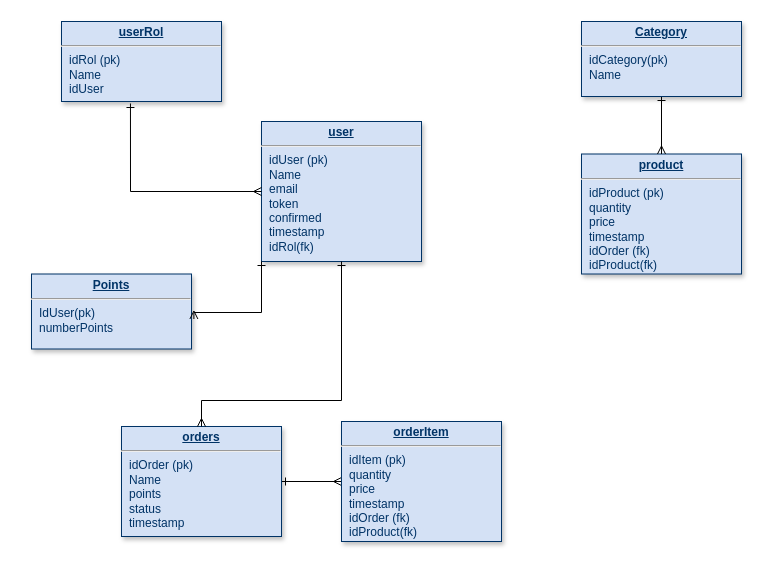
Earlier version of the draw.io diagram Diagrama sin título.drawio (RmwormMichael/Patrones-de-dise-o). Source tidied: cells renumbered, new cells numbered last; positions are measured from the earlier drawing's top-left corner, leaving out a move shared by most shapes. Both pictures are drawn from the tidied source at 100%, with x=0, y=0 at pixel (31, 21).
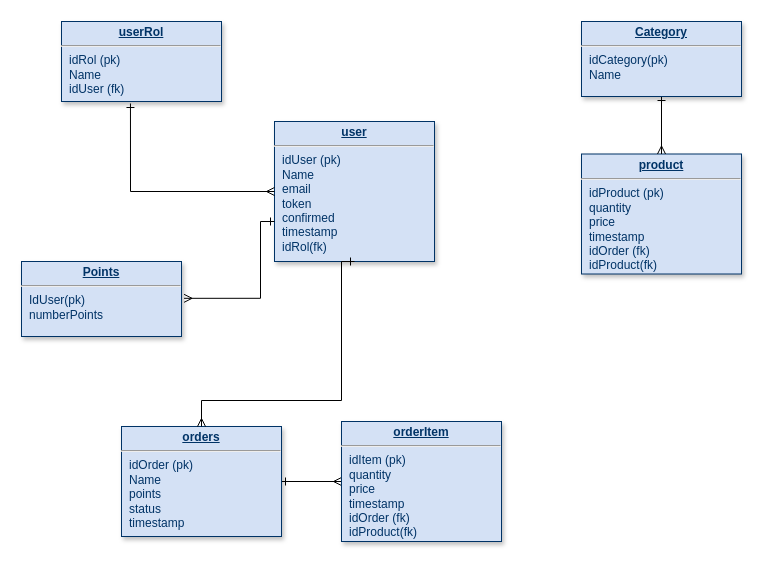
Above is the later version.

The edit, as a diff of the source:
```diff
@@
 <mxGraphModel>
   <root>
     <mxCell id="0" />
     <mxCell id="1" parent="0" />
     <mxCell id="2" value="&lt;p style=&quot;margin: 0px; margin-top: 4px; text-align: center; text-decoration: underline;&quot;&gt;&lt;b&gt;Points&lt;/b&gt;&lt;/p&gt;&lt;hr&gt;&lt;p style=&quot;margin: 0px; margin-left: 8px;&quot;&gt;IdUser&lt;span style=&quot;background-color: initial;&quot;&gt;(pk)&lt;/span&gt;&lt;/p&gt;&lt;p style=&quot;margin: 0px; margin-left: 8px;&quot;&gt;numberPoints&lt;/p&gt;&lt;p style=&quot;margin: 0px; margin-left: 8px;&quot;&gt;&lt;br&gt;&lt;/p&gt;" style="verticalAlign=top;align=left;overflow=fill;fontSize=12;fontFamily=Helvetica;html=1;strokeColor=#003366;shadow=1;fillColor=#D4E1F5;fontColor=#003366;" parent="1" vertex="1">
-      <mxGeometry y="252.5" width="160" height="75" as="geometry" />
+      <mxGeometry x="-10" y="240" width="160" height="75" as="geometry" />
     </mxCell>
     <mxCell id="3" style="endArrow=ERone;html=1;rounded=0;exitX=0;exitY=0.5;exitDx=0;exitDy=0;startArrow=ERmany;startFill=0;endFill=0;strokeColor=default;entryX=1;entryY=0.5;entryDx=0;entryDy=0;" parent="1" edge="1" source="9" target="4">
       <mxGeometry relative="1" as="geometry" />
     </mxCell>
     <mxCell id="4" value="&lt;p style=&quot;margin: 0px; margin-top: 4px; text-align: center; text-decoration: underline;&quot;&gt;&lt;strong&gt;orders&lt;/strong&gt;&lt;/p&gt;&lt;hr&gt;&lt;p style=&quot;margin: 0px; margin-left: 8px;&quot;&gt;idOrder&amp;nbsp;&lt;span style=&quot;background-color: initial;&quot;&gt;(pk)&lt;/span&gt;&lt;/p&gt;&lt;p style=&quot;margin: 0px; margin-left: 8px;&quot;&gt;Name&lt;/p&gt;&lt;p style=&quot;margin: 0px; margin-left: 8px;&quot;&gt;points&lt;/p&gt;&lt;p style=&quot;margin: 0px; margin-left: 8px;&quot;&gt;status&lt;/p&gt;&lt;p style=&quot;margin: 0px; margin-left: 8px;&quot;&gt;timestamp&lt;/p&gt;&lt;p style=&quot;margin: 0px; margin-left: 8px;&quot;&gt;&lt;br&gt;&lt;/p&gt;" style="verticalAlign=top;align=left;overflow=fill;fontSize=12;fontFamily=Helvetica;html=1;strokeColor=#003366;shadow=1;fillColor=#D4E1F5;fontColor=#003366;" parent="1" vertex="1">
       <mxGeometry x="90" y="405" width="160" height="110" as="geometry" />
     </mxCell>
-    <mxCell id="5" value="&lt;p style=&quot;margin: 0px; margin-top: 4px; text-align: center; text-decoration: underline;&quot;&gt;&lt;b&gt;userRol&lt;/b&gt;&lt;/p&gt;&lt;hr&gt;&lt;p style=&quot;margin: 0px; margin-left: 8px;&quot;&gt;idRol (pk)&lt;/p&gt;&lt;p style=&quot;margin: 0px; margin-left: 8px;&quot;&gt;Name&lt;/p&gt;&lt;p style=&quot;margin: 0px; margin-left: 8px;&quot;&gt;idUser&lt;/p&gt;&lt;p style=&quot;margin: 0px; margin-left: 8px;&quot;&gt;&lt;br&gt;&lt;/p&gt;&lt;p style=&quot;margin: 0px; margin-left: 8px;&quot;&gt;&lt;br&gt;&lt;/p&gt;" style="verticalAlign=top;align=left;overflow=fill;fontSize=12;fontFamily=Helvetica;html=1;strokeColor=#003366;shadow=1;fillColor=#D4E1F5;fontColor=#003366;" parent="1" vertex="1">
+    <mxCell id="5" value="&lt;p style=&quot;margin: 0px; margin-top: 4px; text-align: center; text-decoration: underline;&quot;&gt;&lt;b&gt;userRol&lt;/b&gt;&lt;/p&gt;&lt;hr&gt;&lt;p style=&quot;margin: 0px; margin-left: 8px;&quot;&gt;idRol (pk)&lt;/p&gt;&lt;p style=&quot;margin: 0px; margin-left: 8px;&quot;&gt;Name&lt;/p&gt;&lt;p style=&quot;margin: 0px; margin-left: 8px;&quot;&gt;idUser (fk)&lt;/p&gt;&lt;p style=&quot;margin: 0px; margin-left: 8px;&quot;&gt;&lt;br&gt;&lt;/p&gt;&lt;p style=&quot;margin: 0px; margin-left: 8px;&quot;&gt;&lt;br&gt;&lt;/p&gt;" style="verticalAlign=top;align=left;overflow=fill;fontSize=12;fontFamily=Helvetica;html=1;strokeColor=#003366;shadow=1;fillColor=#D4E1F5;fontColor=#003366;" parent="1" vertex="1">
       <mxGeometry x="30" width="160" height="80" as="geometry" />
     </mxCell>
     <mxCell id="6" value="&lt;p style=&quot;margin: 0px; margin-top: 4px; text-align: center; text-decoration: underline;&quot;&gt;&lt;b&gt;user&lt;/b&gt;&lt;/p&gt;&lt;hr&gt;&lt;p style=&quot;margin: 0px; margin-left: 8px;&quot;&gt;idUser (pk)&lt;/p&gt;&lt;p style=&quot;margin: 0px; margin-left: 8px;&quot;&gt;Name&lt;/p&gt;&lt;p style=&quot;margin: 0px; margin-left: 8px;&quot;&gt;email&amp;nbsp;&lt;/p&gt;&lt;p style=&quot;margin: 0px; margin-left: 8px;&quot;&gt;token&lt;/p&gt;&lt;p style=&quot;margin: 0px; margin-left: 8px;&quot;&gt;confirmed&lt;/p&gt;&lt;p style=&quot;margin: 0px; margin-left: 8px;&quot;&gt;timestamp&lt;/p&gt;&lt;p style=&quot;margin: 0px; margin-left: 8px;&quot;&gt;idRol(fk)&lt;/p&gt;&lt;p style=&quot;margin: 0px; margin-left: 8px;&quot;&gt;&lt;br&gt;&lt;/p&gt;" style="verticalAlign=top;align=left;overflow=fill;fontSize=12;fontFamily=Helvetica;html=1;strokeColor=#003366;shadow=1;fillColor=#D4E1F5;fontColor=#003366;" parent="1" vertex="1">
-      <mxGeometry x="230" y="100" width="160" height="140" as="geometry" />
+      <mxGeometry x="243" y="100" width="160" height="140" as="geometry" />
     </mxCell>
     <mxCell id="7" style="endArrow=ERone;html=1;rounded=0;entryX=0.431;entryY=1.025;entryDx=0;entryDy=0;exitX=0;exitY=0.5;exitDx=0;exitDy=0;startArrow=ERmany;startFill=0;endFill=0;strokeColor=default;entryPerimeter=0;edgeStyle=orthogonalEdgeStyle;" parent="1" edge="1" source="6" target="5">
       <mxGeometry relative="1" as="geometry" />
     </mxCell>
-    <mxCell id="8" style="endArrow=ERone;html=1;rounded=0;startArrow=ERmany;startFill=0;endFill=0;strokeColor=default;entryX=0.5;entryY=1;entryDx=0;entryDy=0;edgeStyle=orthogonalEdgeStyle;exitX=1.015;exitY=0.6;exitDx=0;exitDy=0;exitPerimeter=0;" parent="1" edge="1" source="2">
+    <mxCell id="8" style="endArrow=ERone;html=1;rounded=0;startArrow=ERmany;startFill=0;endFill=0;strokeColor=default;edgeStyle=orthogonalEdgeStyle;exitX=1.016;exitY=0.491;exitDx=0;exitDy=0;exitPerimeter=0;" parent="1" edge="1" source="2">
       <mxGeometry relative="1" as="geometry">
-        <mxPoint x="230" y="240" as="targetPoint" />
+        <mxPoint x="243" y="200" as="targetPoint" />
         <Array as="points">
-          <mxPoint x="162" y="291" />
-          <mxPoint x="230" y="291" />
+          <mxPoint x="229" y="277" />
+          <mxPoint x="229" y="200" />
         </Array>
       </mxGeometry>
     </mxCell>
     <mxCell id="9" value="&lt;p style=&quot;margin: 0px; margin-top: 4px; text-align: center; text-decoration: underline;&quot;&gt;&lt;strong&gt;orderItem&lt;/strong&gt;&lt;/p&gt;&lt;hr&gt;&lt;p style=&quot;margin: 0px; margin-left: 8px;&quot;&gt;idItem&amp;nbsp;&lt;span style=&quot;background-color: initial;&quot;&gt;(pk)&lt;/span&gt;&lt;/p&gt;&lt;p style=&quot;margin: 0px; margin-left: 8px;&quot;&gt;quantity&amp;nbsp;&lt;/p&gt;&lt;p style=&quot;margin: 0px; margin-left: 8px;&quot;&gt;price&lt;/p&gt;&lt;p style=&quot;margin: 0px; margin-left: 8px;&quot;&gt;timestamp&lt;/p&gt;&lt;p style=&quot;margin: 0px 0px 0px 8px;&quot;&gt;idOrder (fk)&lt;/p&gt;&lt;p style=&quot;margin: 0px 0px 0px 8px;&quot;&gt;idProduct(fk)&lt;/p&gt;&lt;p style=&quot;margin: 0px; margin-left: 8px;&quot;&gt;&lt;br&gt;&lt;/p&gt;" style="verticalAlign=top;align=left;overflow=fill;fontSize=12;fontFamily=Helvetica;html=1;strokeColor=#003366;shadow=1;fillColor=#D4E1F5;fontColor=#003366;" parent="1" vertex="1">
       <mxGeometry x="310" y="400" width="160" height="120" as="geometry" />
     </mxCell>
     <mxCell id="10" value="&lt;p style=&quot;margin: 0px; margin-top: 4px; text-align: center; text-decoration: underline;&quot;&gt;&lt;b&gt;product&lt;/b&gt;&lt;/p&gt;&lt;hr&gt;&lt;p style=&quot;margin: 0px; margin-left: 8px;&quot;&gt;idProduct&amp;nbsp;&lt;span style=&quot;background-color: initial;&quot;&gt;(pk)&lt;/span&gt;&lt;/p&gt;&lt;p style=&quot;margin: 0px; margin-left: 8px;&quot;&gt;quantity&amp;nbsp;&lt;/p&gt;&lt;p style=&quot;margin: 0px; margin-left: 8px;&quot;&gt;price&lt;/p&gt;&lt;p style=&quot;margin: 0px; margin-left: 8px;&quot;&gt;timestamp&lt;/p&gt;&lt;p style=&quot;margin: 0px 0px 0px 8px;&quot;&gt;idOrder (fk)&lt;/p&gt;&lt;p style=&quot;margin: 0px 0px 0px 8px;&quot;&gt;idProduct(fk)&lt;/p&gt;&lt;p style=&quot;margin: 0px; margin-left: 8px;&quot;&gt;&lt;br&gt;&lt;/p&gt;" style="verticalAlign=top;align=left;overflow=fill;fontSize=12;fontFamily=Helvetica;html=1;strokeColor=#003366;shadow=1;fillColor=#D4E1F5;fontColor=#003366;" parent="1" vertex="1">
       <mxGeometry x="550" y="132.5" width="160" height="120" as="geometry" />
     </mxCell>
     <mxCell id="11" style="endArrow=ERone;html=1;rounded=0;exitX=0.5;exitY=0;exitDx=0;exitDy=0;startArrow=ERmany;startFill=0;endFill=0;strokeColor=default;" parent="1" edge="1" source="10" target="12">
       <mxGeometry relative="1" as="geometry" />
     </mxCell>
     <mxCell id="12" value="&lt;p style=&quot;margin: 0px; margin-top: 4px; text-align: center; text-decoration: underline;&quot;&gt;&lt;strong&gt;Category&lt;/strong&gt;&lt;/p&gt;&lt;hr&gt;&lt;p style=&quot;margin: 0px; margin-left: 8px;&quot;&gt;idCategory&lt;span style=&quot;background-color: initial;&quot;&gt;(pk)&lt;/span&gt;&lt;/p&gt;&lt;p style=&quot;margin: 0px; margin-left: 8px;&quot;&gt;Name&lt;/p&gt;&lt;p style=&quot;margin: 0px; margin-left: 8px;&quot;&gt;&lt;br&gt;&lt;/p&gt;&lt;p style=&quot;margin: 0px; margin-left: 8px;&quot;&gt;&lt;br&gt;&lt;/p&gt;" style="verticalAlign=top;align=left;overflow=fill;fontSize=12;fontFamily=Helvetica;html=1;strokeColor=#003366;shadow=1;fillColor=#D4E1F5;fontColor=#003366;" parent="1" vertex="1">
       <mxGeometry x="550" width="160" height="75" as="geometry" />
     </mxCell>
     <mxCell id="13" style="endArrow=ERone;html=1;rounded=0;startArrow=ERmany;startFill=0;endFill=0;strokeColor=default;edgeStyle=orthogonalEdgeStyle;exitX=0.5;exitY=0;exitDx=0;exitDy=0;entryX=0.5;entryY=1;entryDx=0;entryDy=0;" parent="1" edge="1" source="4" target="6">
       <mxGeometry relative="1" as="geometry">
         <Array as="points">
           <mxPoint x="170" y="379" />
           <mxPoint x="310" y="379" />
         </Array>
       </mxGeometry>
     </mxCell>
   </root>
 </mxGraphModel>
```
